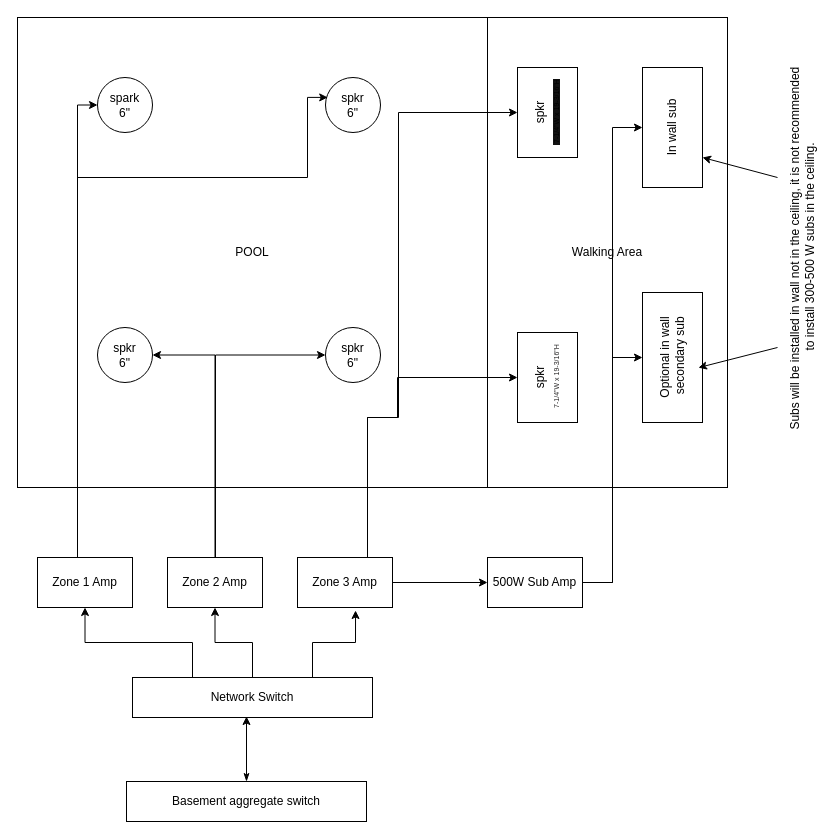
Before: Untitled Diagram.drawio in Pzharyuk/draw_io_diagrams, a draw.io diagram. Source tidied: cells renumbered, new cells numbered last; positions are measured from the earlier drawing's top-left corner, leaving out a move shared by most shapes. Both pictures are drawn from the tidied source at 100%, with x=0, y=0 at pixel (17, 17).
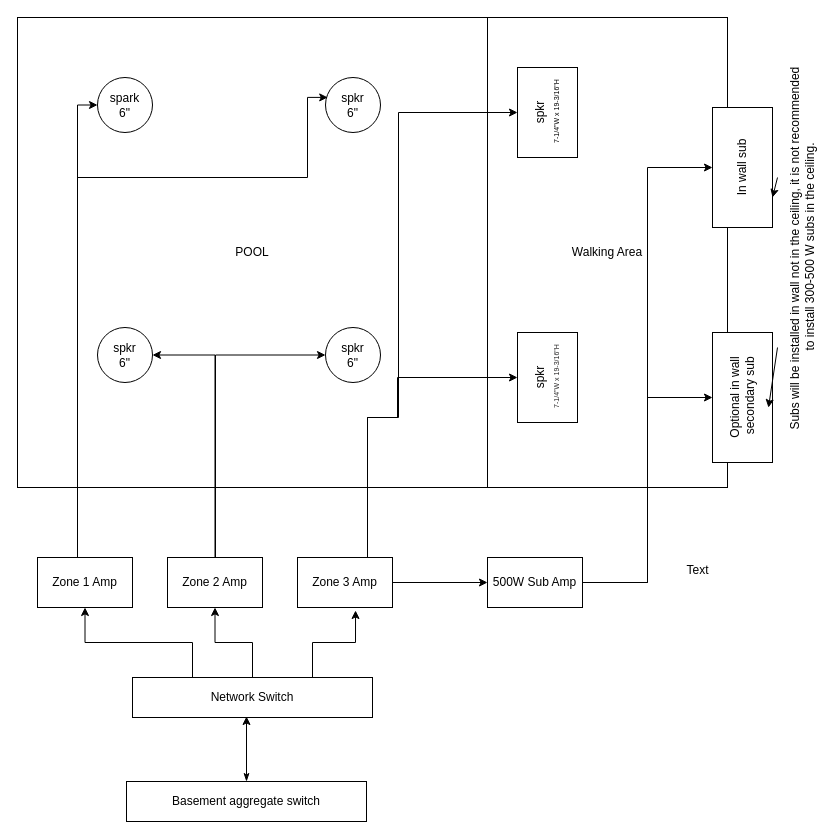
The same diagram, later.

Commit message:
added speaker dimensions

Change to the diagram source:
```diff
@@
-    <mxCell id="4" value="spkr&lt;div&gt;&lt;span style=&quot;font-family: cf-gibson, Helvetica, Arial, sans-serif; font-size: 7px; orphans: 2; text-align: left; widows: 2; background-color: rgb(18, 18, 18);&quot;&gt;&amp;nbsp;7-1/4&quot;W x 19-3/16&quot;H&lt;/span&gt;&lt;br&gt;&lt;/div&gt;" style="rounded=0;whiteSpace=wrap;html=1;rotation=-90;" parent="1" vertex="1">
+    <mxCell id="4" value="&lt;span style=&quot;background-color: light-dark(#ffffff, var(--ge-dark-color, #121212));&quot;&gt;spkr&lt;/span&gt;&lt;div&gt;&lt;span style=&quot;font-family: cf-gibson, Helvetica, Arial, sans-serif; font-size: 7px; orphans: 2; text-align: left; widows: 2; background-color: light-dark(#ffffff, var(--ge-dark-color, #121212));&quot;&gt;&amp;nbsp;7-1/4&quot;W x 19-3/16&quot;H&lt;/span&gt;&lt;br&gt;&lt;/div&gt;" style="rounded=0;whiteSpace=wrap;html=1;rotation=-90;" parent="1" vertex="1">
       <mxGeometry x="485" y="65" width="90" height="60" as="geometry" />
     </mxCell>
@@
     <mxCell id="10" value="In wall sub" style="rounded=0;whiteSpace=wrap;html=1;rotation=-90;" parent="1" vertex="1">
-      <mxGeometry x="595" y="80" width="120" height="60" as="geometry" />
+      <mxGeometry x="665" y="120" width="120" height="60" as="geometry" />
     </mxCell>
     <mxCell id="11" value="Optional in wall &amp;nbsp;secondary sub" style="rounded=0;whiteSpace=wrap;html=1;rotation=-90;" parent="1" vertex="1">
-      <mxGeometry x="590" y="310" width="130" height="60" as="geometry" />
+      <mxGeometry x="660" y="350" width="130" height="60" as="geometry" />
     </mxCell>
@@
+    <mxCell id="34" value="Text" style="text;html=1;align=center;verticalAlign=middle;strokeColor=none;fillColor=none;" parent="1" vertex="1">
+      <mxGeometry x="655" y="538" width="50" height="30" as="geometry" />
+    </mxCell>
```
